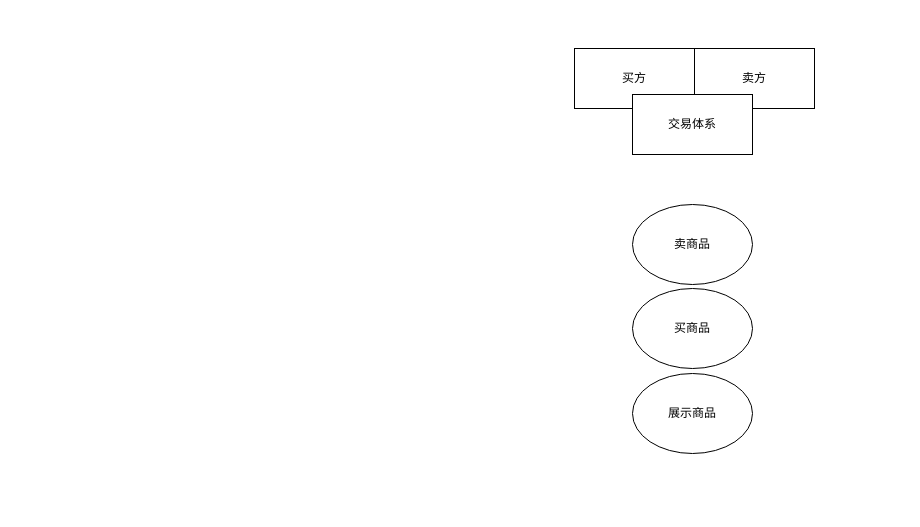
Before: 交易.drawio in Taaaang/game_design, a draw.io diagram. Source tidied: cells renumbered, new cells numbered last; positions are measured from the earlier drawing's top-left corner, leaving out a move shared by most shapes. Both pictures are drawn from the tidied source at 100%, with x=0, y=0 at pixel (574, 48).
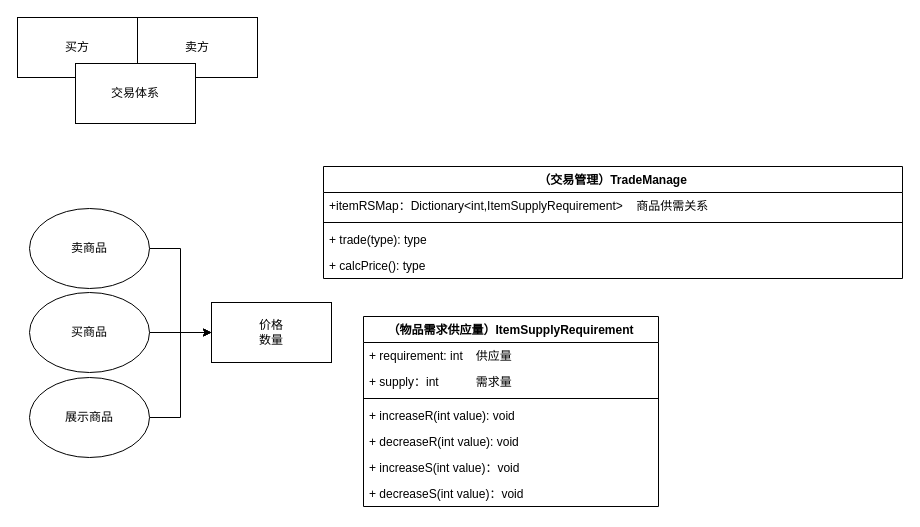
The same diagram, later.

The edit, as a diff of the source:
```diff
@@
     <mxCell id="2" value="买方" style="rounded=0;whiteSpace=wrap;html=1;" parent="1" vertex="1">
-      <mxGeometry width="120" height="60" as="geometry" />
+      <mxGeometry x="-557" y="-31" width="120" height="60" as="geometry" />
     </mxCell>
     <mxCell id="3" value="卖方" style="rounded=0;whiteSpace=wrap;html=1;" parent="1" vertex="1">
-      <mxGeometry x="120" width="120" height="60" as="geometry" />
+      <mxGeometry x="-437" y="-31" width="120" height="60" as="geometry" />
     </mxCell>
     <mxCell id="4" value="交易体系" style="rounded=0;whiteSpace=wrap;html=1;" parent="1" vertex="1">
-      <mxGeometry x="58" y="46" width="120" height="60" as="geometry" />
+      <mxGeometry x="-499" y="15" width="120" height="60" as="geometry" />
     </mxCell>
+    <mxCell id="8" style="edgeStyle=orthogonalEdgeStyle;rounded=0;jettySize=auto;html=1;exitX=1;exitY=0.5;exitDx=0;exitDy=0;entryX=0;entryY=0.5;entryDx=0;entryDy=0;" parent="1" edge="1" source="5" target="11">
+      <mxGeometry relative="1" as="geometry" />
+    </mxCell>
     <mxCell id="5" value="买商品" style="ellipse;whiteSpace=wrap;html=1;" parent="1" vertex="1">
-      <mxGeometry x="58" y="240" width="120" height="80" as="geometry" />
+      <mxGeometry x="-545" y="244" width="120" height="80" as="geometry" />
     </mxCell>
+    <mxCell id="9" style="edgeStyle=orthogonalEdgeStyle;rounded=0;jettySize=auto;html=1;entryX=0;entryY=0.5;entryDx=0;entryDy=0;" parent="1" edge="1" source="6" target="11">
+      <mxGeometry relative="1" as="geometry" />
+    </mxCell>
     <mxCell id="6" value="卖商品" style="ellipse;whiteSpace=wrap;html=1;" parent="1" vertex="1">
-      <mxGeometry x="58" y="156" width="120" height="80" as="geometry" />
+      <mxGeometry x="-545" y="160" width="120" height="80" as="geometry" />
     </mxCell>
+    <mxCell id="10" style="edgeStyle=orthogonalEdgeStyle;rounded=0;jettySize=auto;html=1;exitX=1;exitY=0.5;exitDx=0;exitDy=0;entryX=0;entryY=0.5;entryDx=0;entryDy=0;" parent="1" edge="1" source="7" target="11">
+      <mxGeometry relative="1" as="geometry" />
+    </mxCell>
     <mxCell id="7" value="展示商品" style="ellipse;whiteSpace=wrap;html=1;" parent="1" vertex="1">
-      <mxGeometry x="58" y="325" width="120" height="80" as="geometry" />
+      <mxGeometry x="-545" y="329" width="120" height="80" as="geometry" />
     </mxCell>
+    <mxCell id="11" value="价格&lt;br&gt;数量" style="rounded=0;whiteSpace=wrap;html=1;" parent="1" vertex="1">
+      <mxGeometry x="-363" y="254" width="120" height="60" as="geometry" />
+    </mxCell>
+    <mxCell id="12" value="（交易管理）TradeManage" style="swimlane;fontStyle=1;align=center;verticalAlign=top;horizontal=1;startSize=26;whiteSpace=wrap;html=1;" parent="1" vertex="1">
+      <mxGeometry x="-251" y="118" width="579" height="112" as="geometry" />
+    </mxCell>
+    <mxCell id="13" value="+itemRSMap：Dictionary&amp;lt;int,ItemSupplyRequirement&amp;gt;&lt;span style=&quot;&quot;&gt;&lt;span style=&quot;white-space: pre;&quot;&gt;&amp;nbsp;&amp;nbsp;&amp;nbsp;&amp;nbsp;&lt;/span&gt;&lt;/span&gt;商品供需关系" style="text;strokeColor=none;fillColor=none;align=left;verticalAlign=top;spacingLeft=4;spacingRight=4;overflow=hidden;whiteSpace=wrap;html=1;" parent="12" vertex="1">
+      <mxGeometry y="26" width="579" height="26" as="geometry" />
+    </mxCell>
+    <mxCell id="14" style="line;strokeWidth=1;fillColor=none;align=left;verticalAlign=middle;spacingTop=-1;spacingLeft=3;spacingRight=3;labelPosition=right;strokeColor=inherit;" parent="12" vertex="1">
+      <mxGeometry y="52" width="579" height="8" as="geometry" />
+    </mxCell>
+    <mxCell id="15" value="+ trade(type): type" style="text;strokeColor=none;fillColor=none;align=left;verticalAlign=top;spacingLeft=4;spacingRight=4;overflow=hidden;whiteSpace=wrap;html=1;" parent="12" vertex="1">
+      <mxGeometry y="60" width="579" height="26" as="geometry" />
+    </mxCell>
+    <mxCell id="16" value="+ calcPrice(): type" style="text;strokeColor=none;fillColor=none;align=left;verticalAlign=top;spacingLeft=4;spacingRight=4;overflow=hidden;whiteSpace=wrap;html=1;" parent="12" vertex="1">
+      <mxGeometry y="86" width="579" height="26" as="geometry" />
+    </mxCell>
+    <mxCell id="17" value="（物品需求供应量）ItemSupplyRequirement" style="swimlane;fontStyle=1;align=center;verticalAlign=top;horizontal=1;startSize=26;whiteSpace=wrap;html=1;" parent="1" vertex="1">
+      <mxGeometry x="-211" y="268" width="295" height="190" as="geometry" />
+    </mxCell>
+    <mxCell id="18" value="+ requirement: int&lt;span style=&quot;white-space: pre;&quot;&gt;&#9;&lt;/span&gt;供应量" style="text;strokeColor=none;fillColor=none;align=left;verticalAlign=top;spacingLeft=4;spacingRight=4;overflow=hidden;whiteSpace=wrap;html=1;" parent="17" vertex="1">
+      <mxGeometry y="26" width="295" height="26" as="geometry" />
+    </mxCell>
+    <mxCell id="19" value="+ supply：int&amp;nbsp;&amp;nbsp;&lt;span style=&quot;white-space: pre;&quot;&gt;&#9;&lt;/span&gt;&lt;span style=&quot;white-space: pre;&quot;&gt;&#9;&lt;/span&gt;需求量" style="text;strokeColor=none;fillColor=none;align=left;verticalAlign=top;spacingLeft=4;spacingRight=4;overflow=hidden;whiteSpace=wrap;html=1;" parent="17" vertex="1">
+      <mxGeometry y="52" width="295" height="26" as="geometry" />
+    </mxCell>
+    <mxCell id="20" style="line;strokeWidth=1;fillColor=none;align=left;verticalAlign=middle;spacingTop=-1;spacingLeft=3;spacingRight=3;labelPosition=right;strokeColor=inherit;" parent="17" vertex="1">
+      <mxGeometry y="78" width="295" height="8" as="geometry" />
+    </mxCell>
+    <mxCell id="21" value="+ increaseR(int value): void" style="text;strokeColor=none;fillColor=none;align=left;verticalAlign=top;spacingLeft=4;spacingRight=4;overflow=hidden;whiteSpace=wrap;html=1;" parent="17" vertex="1">
+      <mxGeometry y="86" width="295" height="26" as="geometry" />
+    </mxCell>
+    <mxCell id="22" value="+ decreaseR(int value): void" style="text;strokeColor=none;fillColor=none;align=left;verticalAlign=top;spacingLeft=4;spacingRight=4;overflow=hidden;whiteSpace=wrap;html=1;" parent="17" vertex="1">
+      <mxGeometry y="112" width="295" height="26" as="geometry" />
+    </mxCell>
+    <mxCell id="23" value="+ increaseS(int value)：void" style="text;strokeColor=none;fillColor=none;align=left;verticalAlign=top;spacingLeft=4;spacingRight=4;overflow=hidden;whiteSpace=wrap;html=1;" parent="17" vertex="1">
+      <mxGeometry y="138" width="295" height="26" as="geometry" />
+    </mxCell>
+    <mxCell id="24" value="+ decreaseS(int value)：void" style="text;strokeColor=none;fillColor=none;align=left;verticalAlign=top;spacingLeft=4;spacingRight=4;overflow=hidden;whiteSpace=wrap;html=1;" parent="17" vertex="1">
+      <mxGeometry y="164" width="295" height="26" as="geometry" />
+    </mxCell>
```
